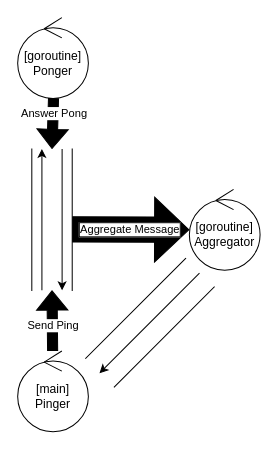
Earlier version of the draw.io diagram page "Concorrenza" (5 of 5) of pt3/docs/PCD_ASS03_P3.drawio (zucchero-sintattico/PCD-ASS03-23-24). Source tidied: cells renumbered, new cells numbered last; positions are measured from the earlier drawing's top-left corner, leaving out a move shared by most shapes. Both pictures are drawn from the tidied source at 101%, with x=0, y=0 at pixel (17, 17).
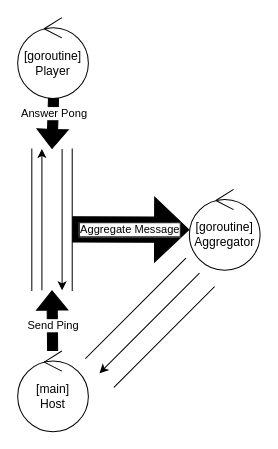
Above is the later version.

Diff of the diagram source:
```diff
@@
-    <mxCell id="6" value="[goroutine]&lt;div&gt;Ponger&lt;/div&gt;" style="ellipse;shape=umlControl;whiteSpace=wrap;html=1;" parent="1" vertex="1">
+    <mxCell id="6" value="[goroutine]&lt;div&gt;Player&lt;/div&gt;" style="ellipse;shape=umlControl;whiteSpace=wrap;html=1;" parent="1" vertex="1">
       <mxGeometry width="70" height="80" as="geometry" />
     </mxCell>
@@
-    <mxCell id="8" value="[main]&lt;div&gt;Pinger&lt;/div&gt;" style="ellipse;shape=umlControl;whiteSpace=wrap;html=1;" parent="1" vertex="1">
+    <mxCell id="8" value="[main]&lt;div&gt;Host&lt;/div&gt;" style="ellipse;shape=umlControl;whiteSpace=wrap;html=1;" parent="1" vertex="1">
       <mxGeometry y="330" width="70" height="80" as="geometry" />
     </mxCell>
```
